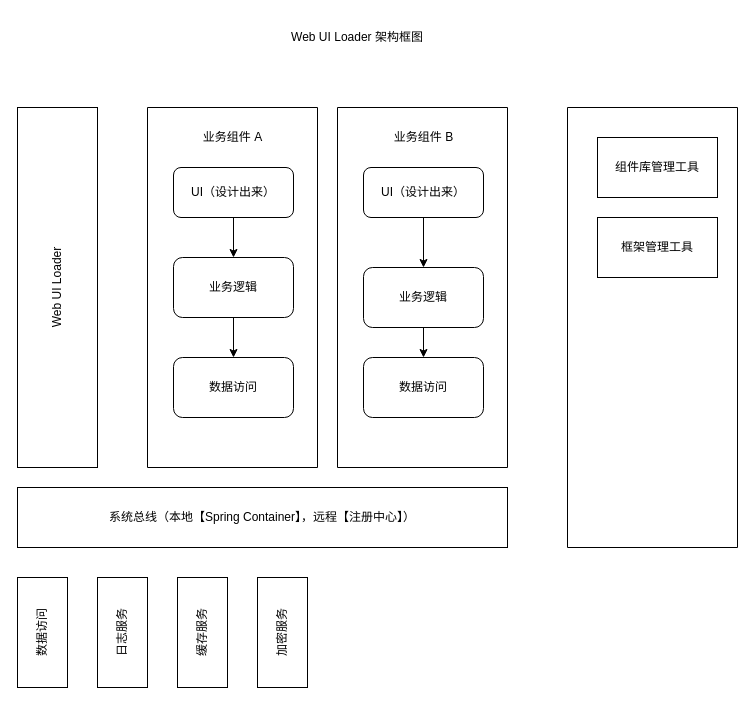
Above: project01/Untitled Diagram.drawio in wilson9898/firstgitproject (draw.io), before the change. Source tidied: cells renumbered, new cells numbered last; positions are measured from the earlier drawing's top-left corner, leaving out a move shared by most shapes. Both pictures are drawn from the tidied source at 100%, with x=0, y=0 at pixel (17, 17).
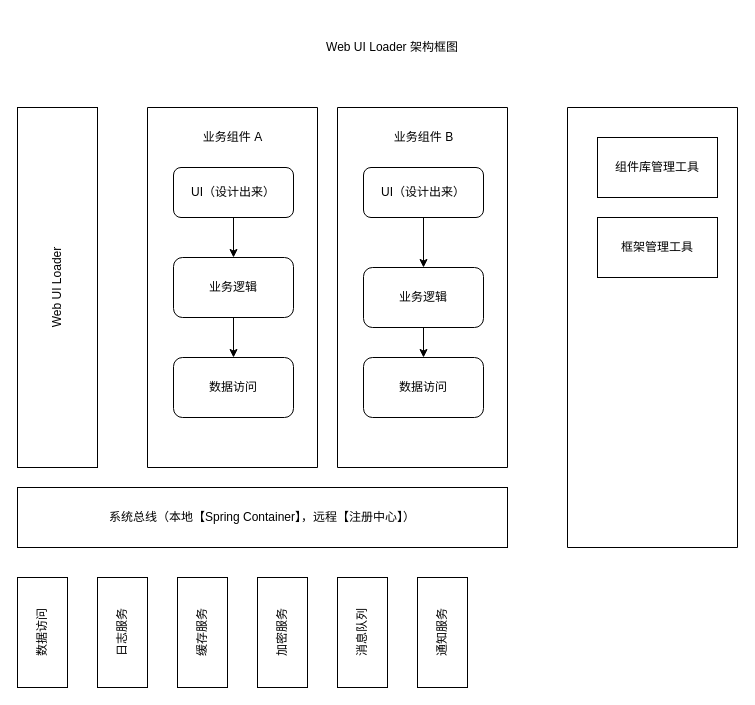
After the change.

The edit, as a diff of the source:
```diff
@@
     <mxCell id="3" value="&lt;div&gt;Web UI Loader 架构框图&lt;/div&gt;" style="text;html=1;strokeColor=none;fillColor=none;align=center;verticalAlign=middle;whiteSpace=wrap;rounded=0;" parent="1" vertex="1">
-      <mxGeometry x="260" width="160" height="40" as="geometry" />
+      <mxGeometry x="260" width="230" height="60" as="geometry" />
     </mxCell>
@@
+    <mxCell id="26" value="消息队列" style="rounded=0;whiteSpace=wrap;html=1;horizontal=0;" parent="1" vertex="1">
+      <mxGeometry x="320" y="560" width="50" height="110" as="geometry" />
+    </mxCell>
+    <mxCell id="27" value="通知服务" style="rounded=0;whiteSpace=wrap;html=1;horizontal=0;" parent="1" vertex="1">
+      <mxGeometry x="400" y="560" width="50" height="110" as="geometry" />
+    </mxCell>
```
